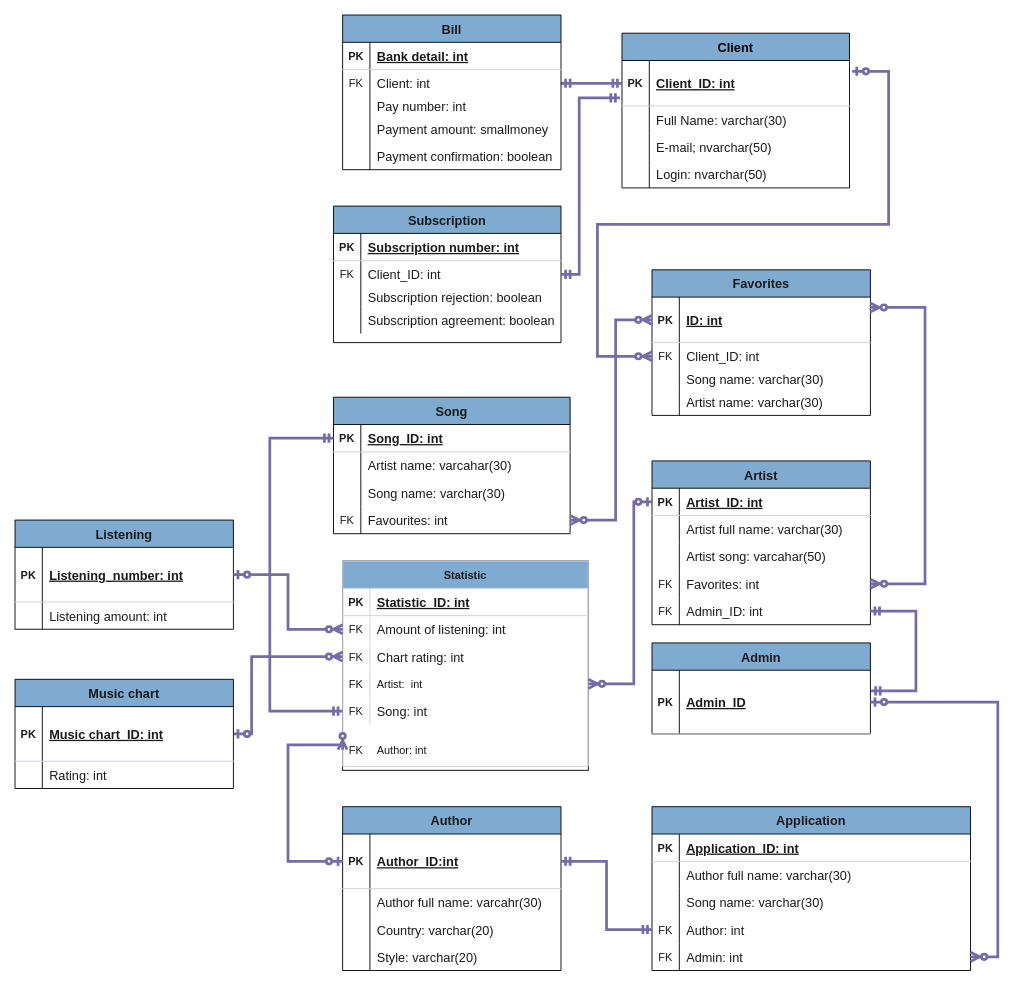
Above: ER_MusicLibrary.drawio in Arina-Skildeeva/Description- (draw.io), before the change. Source tidied: cells renumbered, new cells numbered last; positions are measured from the earlier drawing's top-left corner, leaving out a move shared by most shapes. Both pictures are drawn from the tidied source at 91%, with x=0, y=0 at pixel (15, 15).
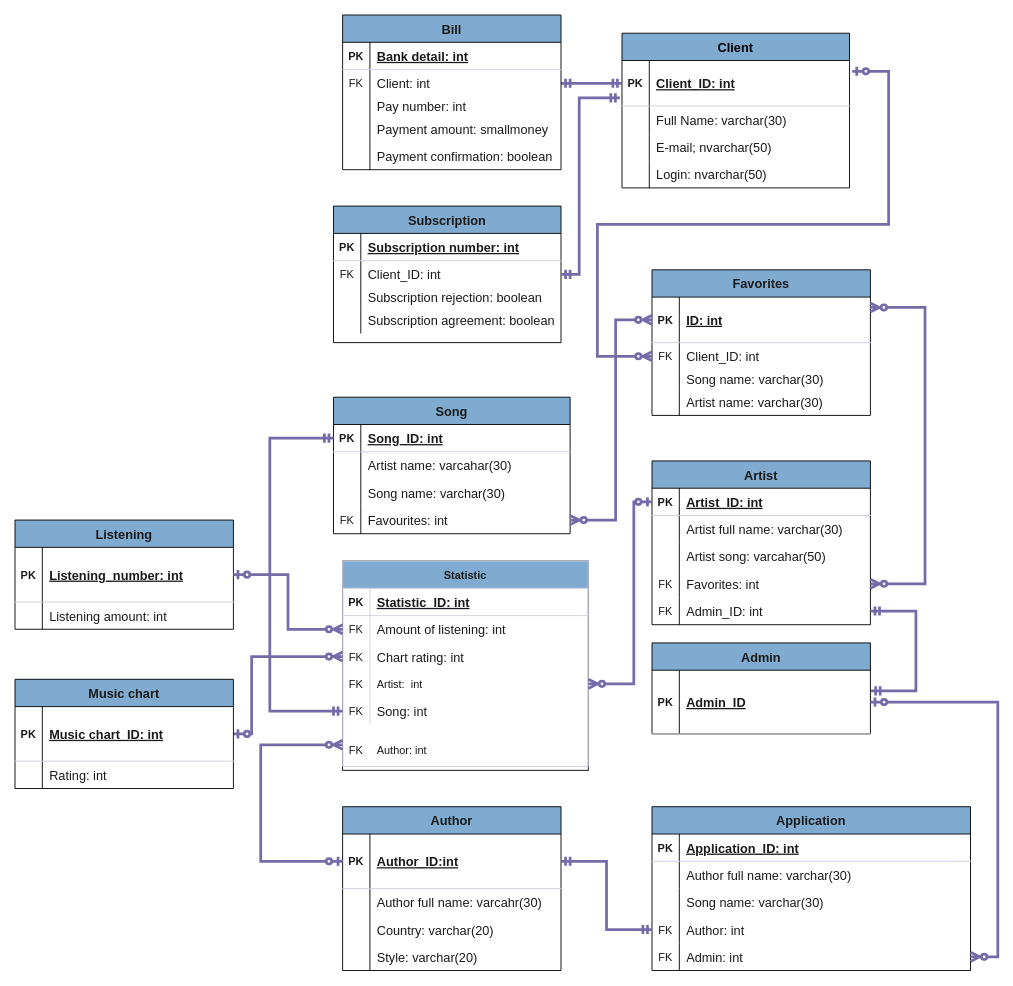
The same diagram, later.

The change refers to these unchanged cells:
```xml
<mxCell id="91" style="group;fontColor=#1A1A1A;rounded=0;fontSize=14;strokeWidth=0;" parent="1" vertex="1">
  <mxGeometry x="370" y="600" width="260" height="450" as="geometry" />
</mxCell>
<mxCell id="109" style="shape=partialRectangle;fillColor=none;top=0;left=0;bottom=0;right=0;points=[[0,0.5],[1,0.5]];portConstraint=eastwest;strokeColor=#D0CEE2;fontColor=#1A1A1A;rounded=0;fontSize=14;" parent="92" vertex="1">
  <mxGeometry y="184.7" width="260" height="45.3" as="geometry" />
</mxCell>
<mxCell id="113" style="shape=partialRectangle;fillColor=none;top=0;left=0;bottom=1;right=0;points=[[0,0.5],[1,0.5]];portConstraint=eastwest;strokeColor=#D0CEE2;fontColor=#1A1A1A;rounded=0;" parent="112" vertex="1">
  <mxGeometry y="30" width="240" height="60" as="geometry" />
</mxCell>
```

Change to the diagram source:
```diff
@@
-    <mxCell id="125" style="fontSize=12;html=1;endArrow=ERzeroToMany;startArrow=ERzeroToOne;exitX=0;exitY=0.5;exitDx=0;exitDy=0;entryX=0;entryY=0.5;entryDx=0;entryDy=0;edgeStyle=orthogonalEdgeStyle;strokeColor=#736CA8;fontColor=#1A1A1A;rounded=0;strokeWidth=3;" parent="91" edge="1" source="113" target="109">
+    <mxCell id="125" style="fontSize=12;html=1;endArrow=ERzeroToMany;startArrow=ERzeroToOne;exitX=0;exitY=0.5;exitDx=0;exitDy=0;edgeStyle=orthogonalEdgeStyle;strokeColor=#736CA8;fontColor=#1A1A1A;rounded=0;strokeWidth=3;" parent="91" edge="1" source="113" target="109">
       <mxGeometry relative="1" as="geometry">
         <Array as="points">
-          <mxPoint x="-70" y="330" />
-          <mxPoint x="-70" y="202" />
+          <mxPoint x="-100" y="330" />
+          <mxPoint x="-100" y="202" />
         </Array>
       </mxGeometry>
     </mxCell>
```
